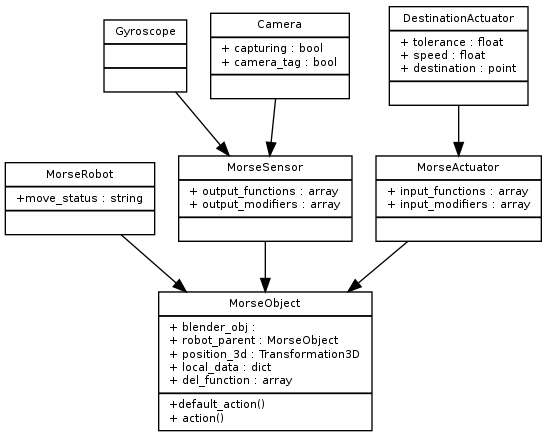
The Graphviz diagram doc/media/morse_uml.png in morse-simulator/morse, before a commit. Its source is kept beside it as doc/morse/dev/morse_uml.dot.
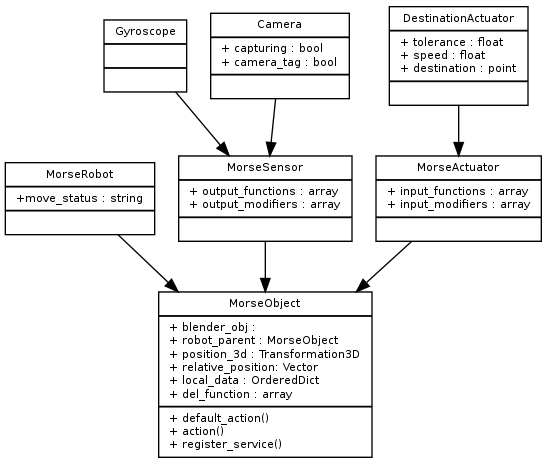
The same file after the commit.

Commit message:
Update base uml figure

The edit, as a diff of the source:
```diff
@@ -18,7 +18,7 @@
 	]
 
 	MorseObject [
-		label = "{MorseObject | + blender_obj :\l+ robot_parent : MorseObject\l+ position_3d : Transformation3D\l+ local_data : dict\l+ del_function : array\l| +default_action()\l+ action()\l }"
+		label = "{MorseObject | + blender_obj :\l+ robot_parent : MorseObject\l+ position_3d : Transformation3D\l+ relative_position: Vector\l+ local_data : OrderedDict\l+ del_function : array\l|+ default_action()\l+ action()\l+ register_service()\l }"
 	]
 
 	MorseRobot [
```
